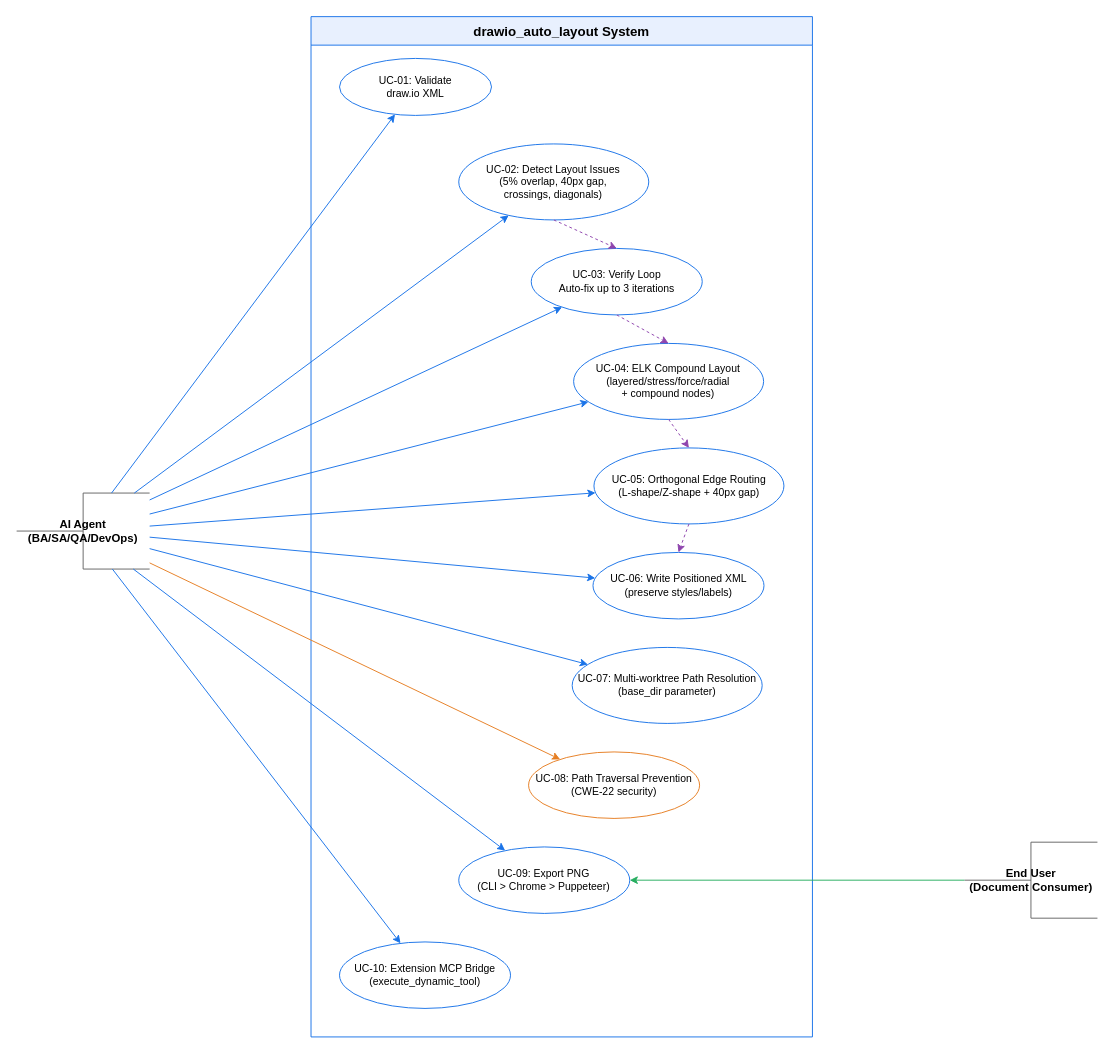
Earlier version of the draw.io diagram documents/SA4E-406/diagrams/use-case.drawio (dnguyenminh/SDLC-Agents-4-Enteprise). Source tidied: cells renumbered, new cells numbered last; positions are measured from the earlier drawing's top-left corner, leaving out a move shared by most shapes. Both pictures are drawn from the tidied source at 95%, with x=0, y=0 at pixel (16, 16).
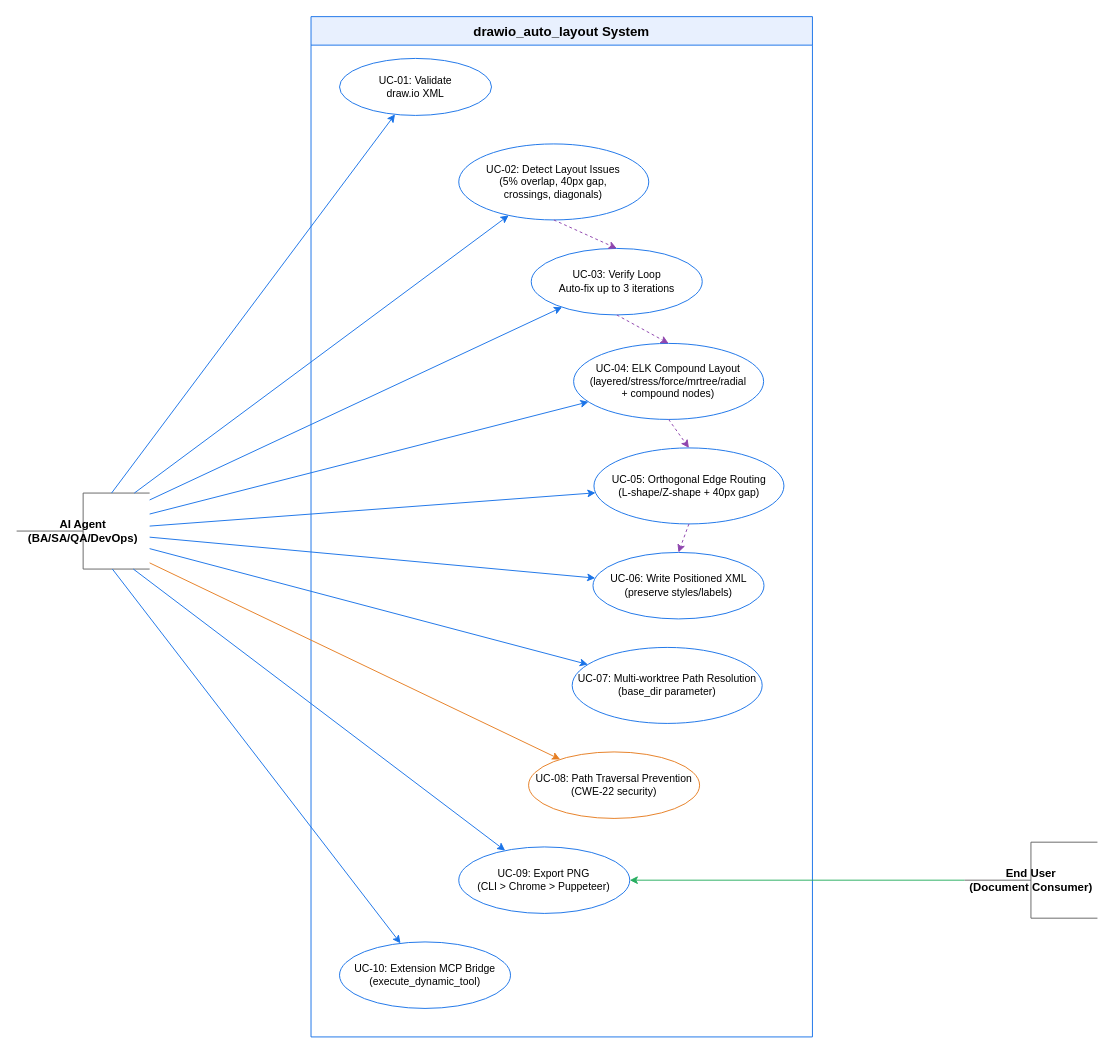
The same page after the edit.

Unchanged cells that the change refers to:
```xml
<mxCell id="4" value="drawio_auto_layout System" style="swimlane;startSize=30;fillColor=#e8f0fe;strokeColor=#1a73e8;fontSize=14;fontStyle=1;" parent="1" vertex="1">
  <mxGeometry x="309.9" width="527.8" height="1074" as="geometry" />
</mxCell>
```

Change to the diagram source:
```diff
@@
-    <mxCell id="8" value="UC-04: ELK Compound Layout&#10;(layered/stress/force/radial&#10;+ compound nodes)" style="ellipse;whiteSpace=wrap;html=1;fillColor=#fff;strokeColor=#1a73e8;fontSize=11;" parent="4" vertex="1">
+    <mxCell id="8" value="UC-04: ELK Compound Layout&#10;(layered/stress/force/mrtree/radial&#10;+ compound nodes)" style="ellipse;whiteSpace=wrap;html=1;fillColor=#fff;strokeColor=#1a73e8;fontSize=11;" parent="4" vertex="1">
       <mxGeometry x="276.4" y="344" width="200" height="80" as="geometry" />
     </mxCell>
```
